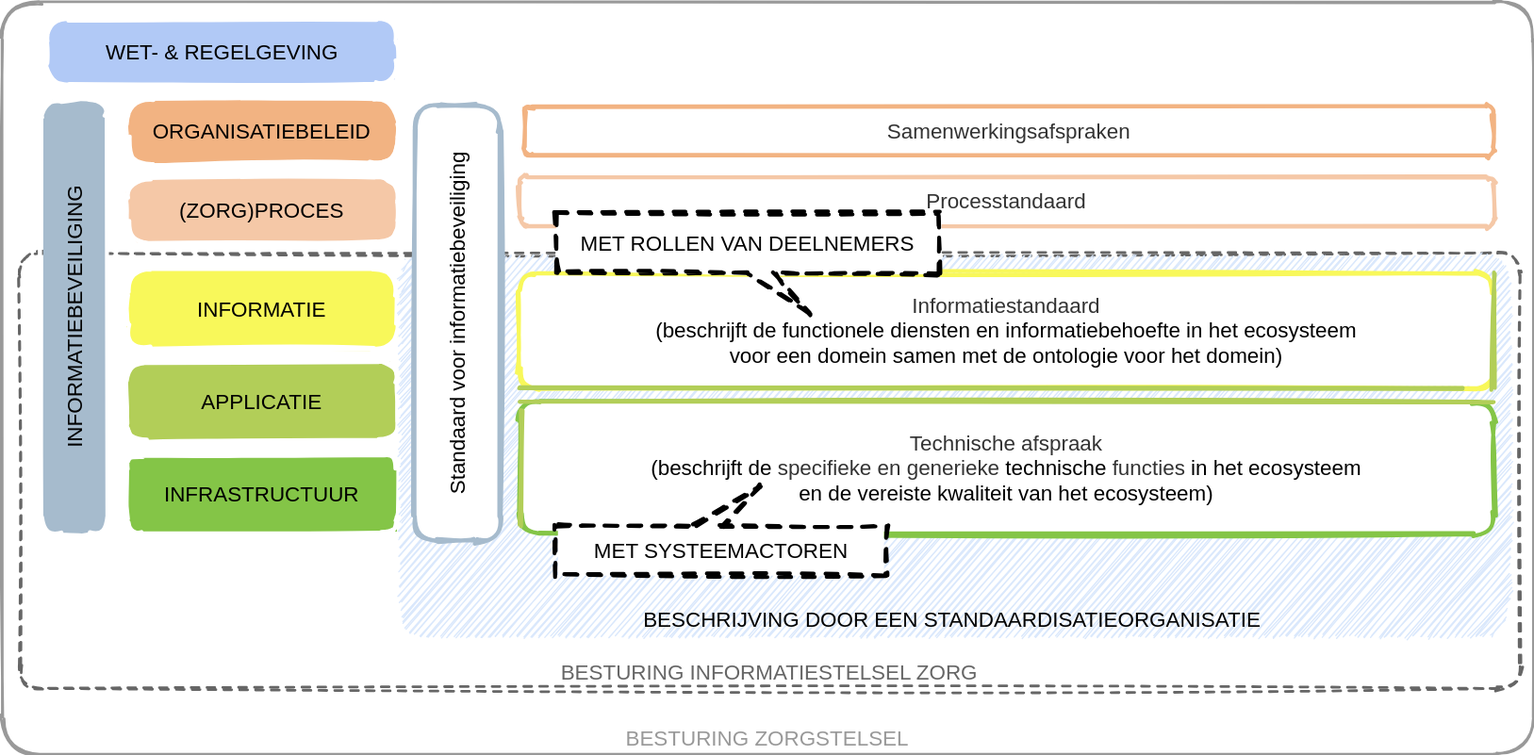
Earlier version of the draw.io export .gitbook/assets/overview.svg (dizra/docs). Source tidied: cells renumbered, new cells last; positions are measured from the earlier drawing's top-left corner, leaving out a move shared by most shapes.
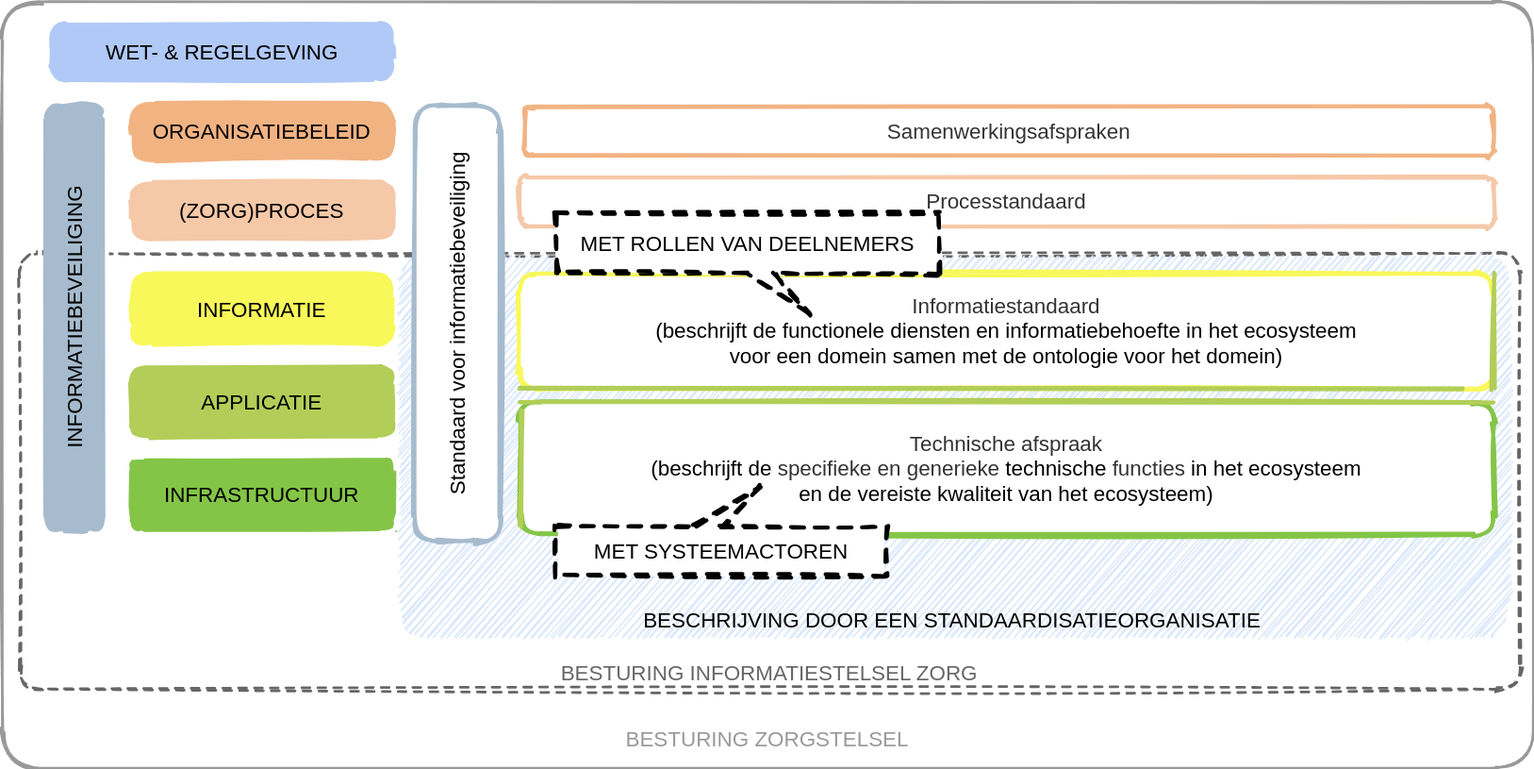
After the change.

What changed in the source:
```diff
@@ -2,8 +2,8 @@
   <root>
     <mxCell id="0" />
     <mxCell id="1" parent="0" />
-    <mxCell id="2" value="BESTURING ZORGSTELSEL" style="rounded=1;whiteSpace=wrap;html=1;strokeWidth=2;fontSize=16;align=center;arcSize=5;verticalAlign=bottom;sketch=1;fillStyle=solid;fillColor=none;strokeColor=#999999;fontColor=#999999;" parent="1" vertex="1">
-      <mxGeometry x="110" width="1160" height="570" as="geometry" />
+    <mxCell id="2" value="BESTURING ZORGSTELSEL" style="rounded=1;whiteSpace=wrap;html=1;strokeWidth=2;fontSize=16;align=center;arcSize=5;verticalAlign=bottom;sketch=1;fillStyle=solid;fillColor=none;strokeColor=#999999;fontColor=#999999;spacingBottom=10;" parent="1" vertex="1">
+      <mxGeometry x="110" width="1160" height="580" as="geometry" />
     </mxCell>
     <mxCell id="3" value="BESTURING INFORMATIESTELSEL ZORG" style="rounded=1;whiteSpace=wrap;html=1;strokeWidth=2;fontSize=16;align=center;arcSize=5;verticalAlign=bottom;dashed=1;sketch=1;fillStyle=solid;fillColor=none;fontColor=#666666;strokeColor=#666666;" parent="1" vertex="1">
       <mxGeometry x="123" y="190" width="1137" height="330" as="geometry" />
```
